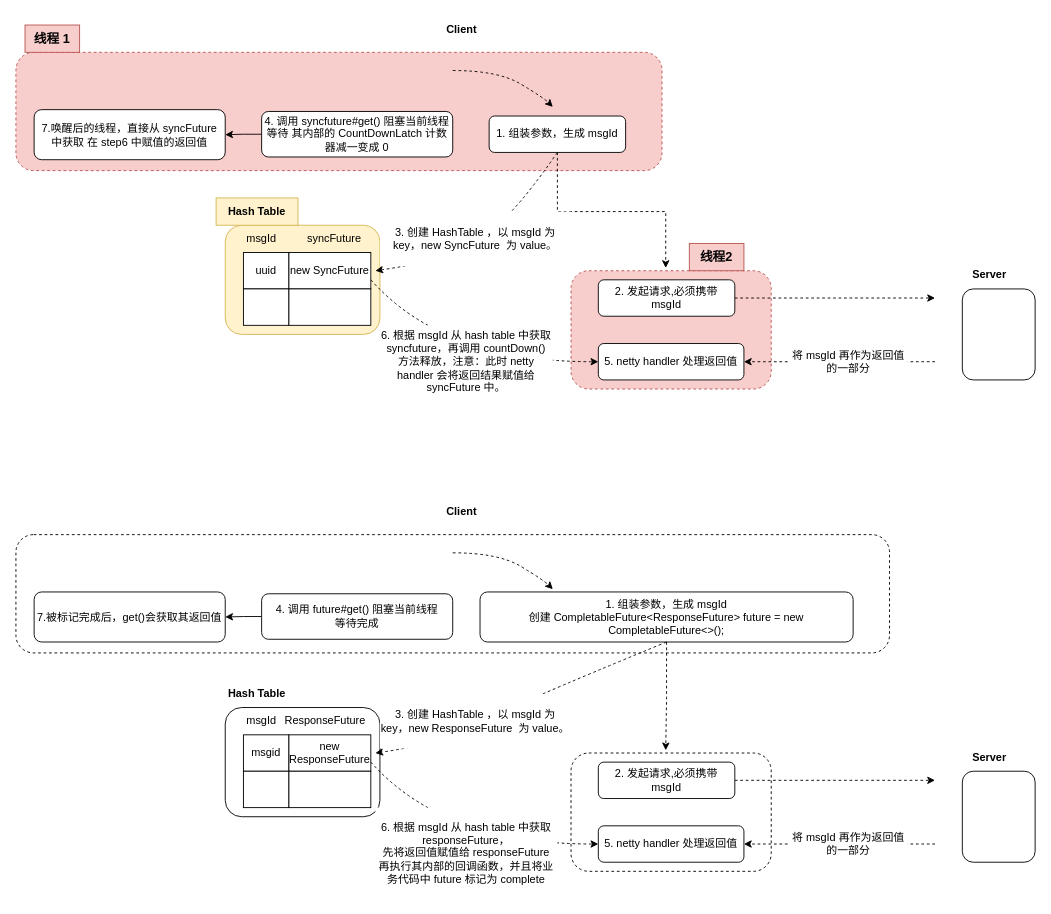
Before: page "异步转同步" (8 of 8) of Drawio/RocketMQ.drawio in xinzhuxiansheng/blog-notes, a draw.io diagram. Source tidied: cells renumbered, new cells numbered last; positions are measured from the earlier drawing's top-left corner, leaving out a move shared by most shapes. Both pictures are drawn from the tidied source at 91%, with x=0, y=0 at pixel (15, 15).
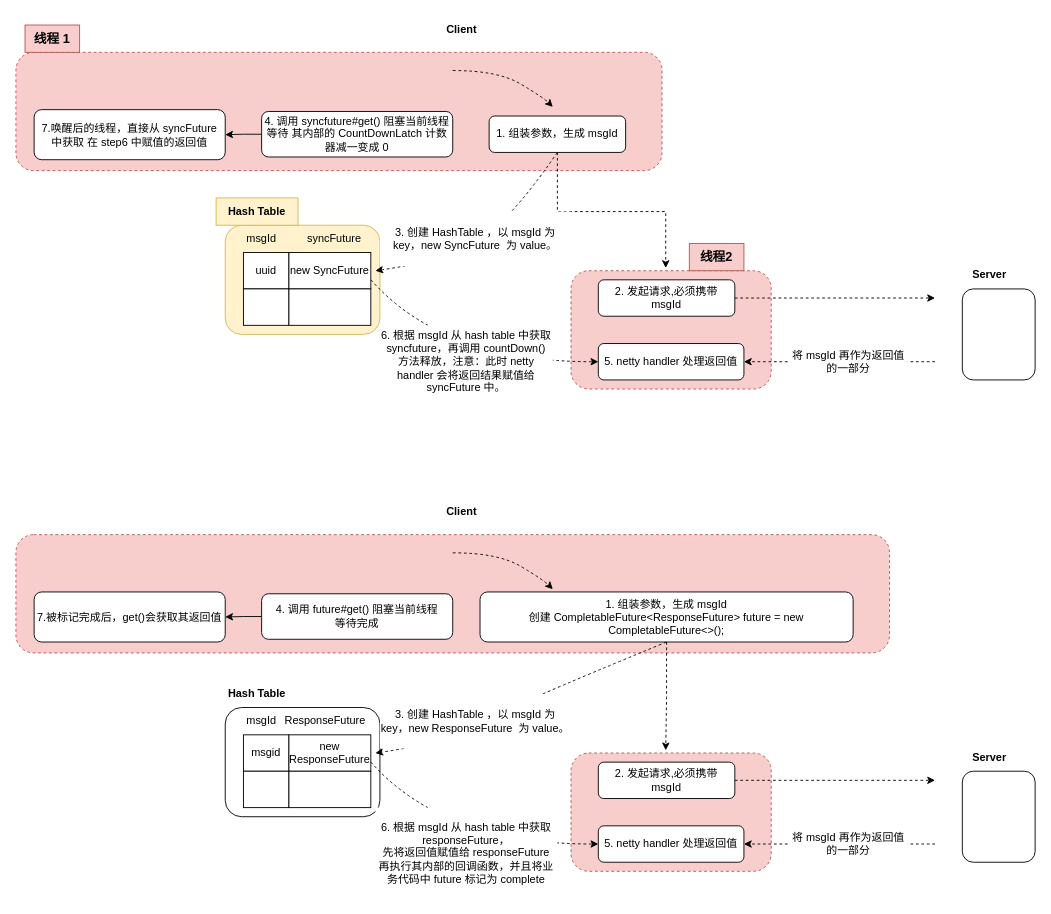
After the change.

What changed in the source:
```diff
@@
-    <mxCell id="31" style="rounded=1;whiteSpace=wrap;html=1;dashed=1;" parent="1" vertex="1">
+    <mxCell id="31" style="rounded=1;whiteSpace=wrap;html=1;dashed=1;fillColor=#f8cecc;strokeColor=#b85450;" parent="1" vertex="1">
       <mxGeometry x="610" y="810" width="220" height="130" as="geometry" />
     </mxCell>
-    <mxCell id="32" style="rounded=1;whiteSpace=wrap;html=1;dashed=1;" parent="1" vertex="1">
+    <mxCell id="32" style="rounded=1;whiteSpace=wrap;html=1;dashed=1;fillColor=#f8cecc;strokeColor=#b85450;" parent="1" vertex="1">
       <mxGeometry y="570" width="960" height="130" as="geometry" />
     </mxCell>
```
